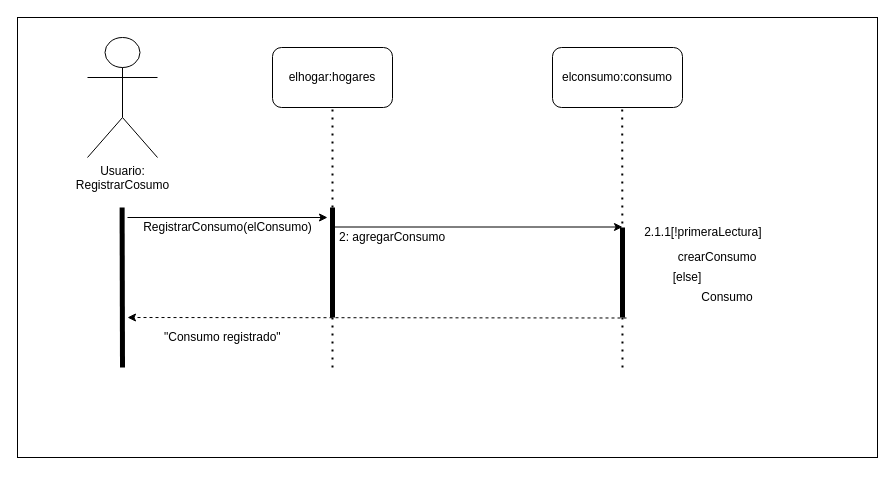
This is Diseño del sistema/PPI/registrarconsumo/registrarconsumomanual.drawio from Segaretsu/diagramas, a draw.io file, before an edit. Source tidied: cells renumbered, new cells numbered last; positions are measured from the earlier drawing's top-left corner, leaving out a move shared by most shapes. Both pictures are drawn from the tidied source at 100%, with x=0, y=0 at pixel (17, 17).
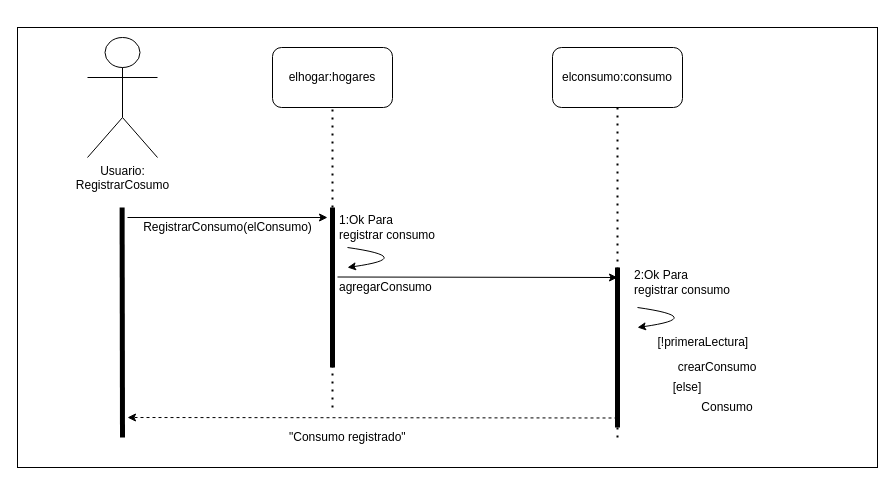
Above is the later version.

Diff of the diagram source:
```diff
@@
     <mxCell id="2" style="rounded=0;whiteSpace=wrap;html=1;" parent="1" vertex="1">
-      <mxGeometry width="860" height="440" as="geometry" />
+      <mxGeometry y="10" width="860" height="440" as="geometry" />
     </mxCell>
@@
     <mxCell id="7" style="endArrow=none;html=1;strokeWidth=5;" parent="1" edge="1">
       <mxGeometry relative="1" as="geometry">
-        <mxPoint x="105" y="350" as="sourcePoint" />
+        <mxPoint x="105" y="420" as="sourcePoint" />
         <mxPoint x="104.6" y="190" as="targetPoint" />
       </mxGeometry>
     </mxCell>
@@
     <mxCell id="9" style="endArrow=none;html=1;strokeWidth=5;" parent="1" edge="1">
       <mxGeometry relative="1" as="geometry">
-        <mxPoint x="315" y="300" as="sourcePoint" />
+        <mxPoint x="315" y="350" as="sourcePoint" />
         <mxPoint x="315" y="190" as="targetPoint" />
       </mxGeometry>
     </mxCell>
     <mxCell id="10" style="endArrow=none;dashed=1;html=1;dashPattern=1 3;strokeWidth=2;" parent="1" edge="1">
       <mxGeometry relative="1" as="geometry">
-        <mxPoint x="315" y="350" as="sourcePoint" />
+        <mxPoint x="315" y="390" as="sourcePoint" />
         <mxPoint x="315" y="90" as="targetPoint" />
       </mxGeometry>
     </mxCell>
-    <mxCell id="11" value="2: agregarConsumo" style="text;html=1;align=left;verticalAlign=middle;strokeColor=none;" parent="1" vertex="1">
-      <mxGeometry x="320" y="210" width="120" height="20" as="geometry" />
+    <mxCell id="11" value="agregarConsumo" style="text;html=1;align=left;verticalAlign=middle;strokeColor=none;" parent="1" vertex="1">
+      <mxGeometry x="320" y="260" width="110" height="20" as="geometry" />
     </mxCell>
     <mxCell id="12" style="endArrow=classic;html=1;strokeWidth=1;" parent="1" edge="1">
       <mxGeometry relative="1" as="geometry">
-        <mxPoint x="315" y="209.5" as="sourcePoint" />
-        <mxPoint x="605" y="209.5" as="targetPoint" />
+        <mxPoint x="320" y="259.5" as="sourcePoint" />
+        <mxPoint x="600" y="260" as="targetPoint" />
       </mxGeometry>
     </mxCell>
     <mxCell id="13" style="endArrow=none;dashed=1;html=1;dashPattern=1 3;strokeWidth=2;" parent="1" edge="1">
       <mxGeometry relative="1" as="geometry">
-        <mxPoint x="605" y="350" as="sourcePoint" />
-        <mxPoint x="604.7" y="90" as="targetPoint" />
+        <mxPoint x="600" y="420" as="sourcePoint" />
+        <mxPoint x="600" y="90" as="targetPoint" />
       </mxGeometry>
     </mxCell>
     <mxCell id="14" style="endArrow=none;html=1;strokeWidth=5;" parent="1" edge="1">
       <mxGeometry relative="1" as="geometry">
-        <mxPoint x="605" y="300" as="sourcePoint" />
-        <mxPoint x="605" y="210" as="targetPoint" />
+        <mxPoint x="600" y="410" as="sourcePoint" />
+        <mxPoint x="600" y="250" as="targetPoint" />
       </mxGeometry>
     </mxCell>
     <mxCell id="15" style="endArrow=classic;html=1;strokeWidth=1;dashed=1;" parent="1" edge="1">
       <mxGeometry relative="1" as="geometry">
-        <mxPoint x="609" y="300.5" as="sourcePoint" />
-        <mxPoint x="110" y="300" as="targetPoint" />
+        <mxPoint x="600" y="400.5" as="sourcePoint" />
+        <mxPoint x="110" y="400" as="targetPoint" />
       </mxGeometry>
     </mxCell>
     <mxCell id="16" value="&quot;Consumo registrado&quot;" style="text;html=1;align=left;verticalAlign=middle;strokeColor=none;" parent="1" vertex="1">
-      <mxGeometry x="145" y="310" width="130" height="20" as="geometry" />
+      <mxGeometry x="270" y="410" width="130" height="20" as="geometry" />
     </mxCell>
-    <mxCell id="17" value="2.1.1[!primeraLectura]&amp;nbsp;" style="text;html=1;strokeColor=none;fillColor=none;align=center;verticalAlign=middle;whiteSpace=wrap;rounded=0;" parent="1" vertex="1">
-      <mxGeometry x="600" y="200" width="175" height="30" as="geometry" />
+    <mxCell id="17" value="[!primeraLectura]&amp;nbsp;" style="text;html=1;strokeColor=none;fillColor=none;align=center;verticalAlign=middle;whiteSpace=wrap;rounded=0;" parent="1" vertex="1">
+      <mxGeometry x="600" y="310" width="175" height="30" as="geometry" />
     </mxCell>
     <mxCell id="18" value="crearConsumo" style="text;html=1;strokeColor=none;fillColor=none;align=center;verticalAlign=middle;whiteSpace=wrap;rounded=0;" parent="1" vertex="1">
-      <mxGeometry x="680" y="230" width="40" height="20" as="geometry" />
+      <mxGeometry x="680" y="340" width="40" height="20" as="geometry" />
     </mxCell>
     <mxCell id="19" value="[else]" style="text;html=1;strokeColor=none;fillColor=none;align=center;verticalAlign=middle;whiteSpace=wrap;rounded=0;" parent="1" vertex="1">
-      <mxGeometry x="650" y="250" width="40" height="20" as="geometry" />
+      <mxGeometry x="650" y="360" width="40" height="20" as="geometry" />
     </mxCell>
     <mxCell id="20" value="Consumo" style="text;html=1;strokeColor=none;fillColor=none;align=center;verticalAlign=middle;whiteSpace=wrap;rounded=0;" parent="1" vertex="1">
-      <mxGeometry x="690" y="270" width="40" height="20" as="geometry" />
+      <mxGeometry x="690" y="380" width="40" height="20" as="geometry" />
     </mxCell>
+    <mxCell id="21" value="1:Ok Para &lt;br&gt;registrar consumo" style="text;html=1;align=left;verticalAlign=middle;strokeColor=none;" parent="1" vertex="1">
+      <mxGeometry x="320" y="195" width="110" height="30" as="geometry" />
+    </mxCell>
+    <mxCell id="22" style="curved=1;endArrow=classic;html=1;strokeWidth=1;exitX=0;exitY=1;exitDx=0;exitDy=0;exitPerimeter=0;" parent="1" edge="1">
+      <mxGeometry relative="1" as="geometry">
+        <mxPoint x="330" y="230" as="sourcePoint" />
+        <mxPoint x="330" y="250" as="targetPoint" />
+        <Array as="points">
+          <mxPoint x="400" y="240" />
+        </Array>
+      </mxGeometry>
+    </mxCell>
+    <mxCell id="23" value="2:Ok Para &lt;br&gt;registrar consumo" style="text;html=1;align=left;verticalAlign=middle;strokeColor=none;" parent="1" vertex="1">
+      <mxGeometry x="615" y="250" width="110" height="30" as="geometry" />
+    </mxCell>
+    <mxCell id="24" style="curved=1;endArrow=classic;html=1;strokeWidth=1;exitX=0;exitY=1;exitDx=0;exitDy=0;exitPerimeter=0;" parent="1" edge="1">
+      <mxGeometry relative="1" as="geometry">
+        <mxPoint x="620" y="290" as="sourcePoint" />
+        <mxPoint x="620" y="310" as="targetPoint" />
+        <Array as="points">
+          <mxPoint x="690" y="300" />
+        </Array>
+      </mxGeometry>
+    </mxCell>
```
